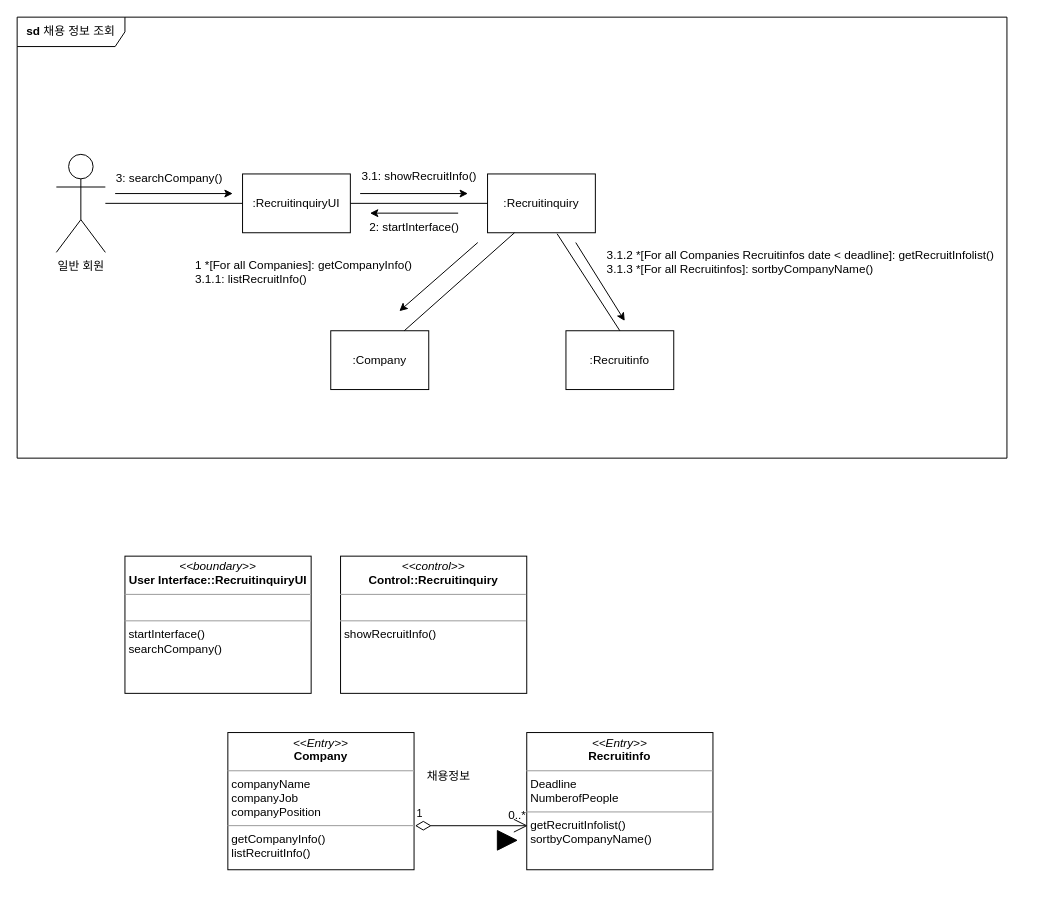
Above: Taemin/채용정보조회_Communication_Diagram_B811045김태민_과제2.drawio in KimTaemin-Git/SE2 (draw.io), before the change. Source tidied: cells renumbered, new cells numbered last; positions are measured from the earlier drawing's top-left corner, leaving out a move shared by most shapes. Both pictures are drawn from the tidied source at 98%, with x=0, y=0 at pixel (17, 17).
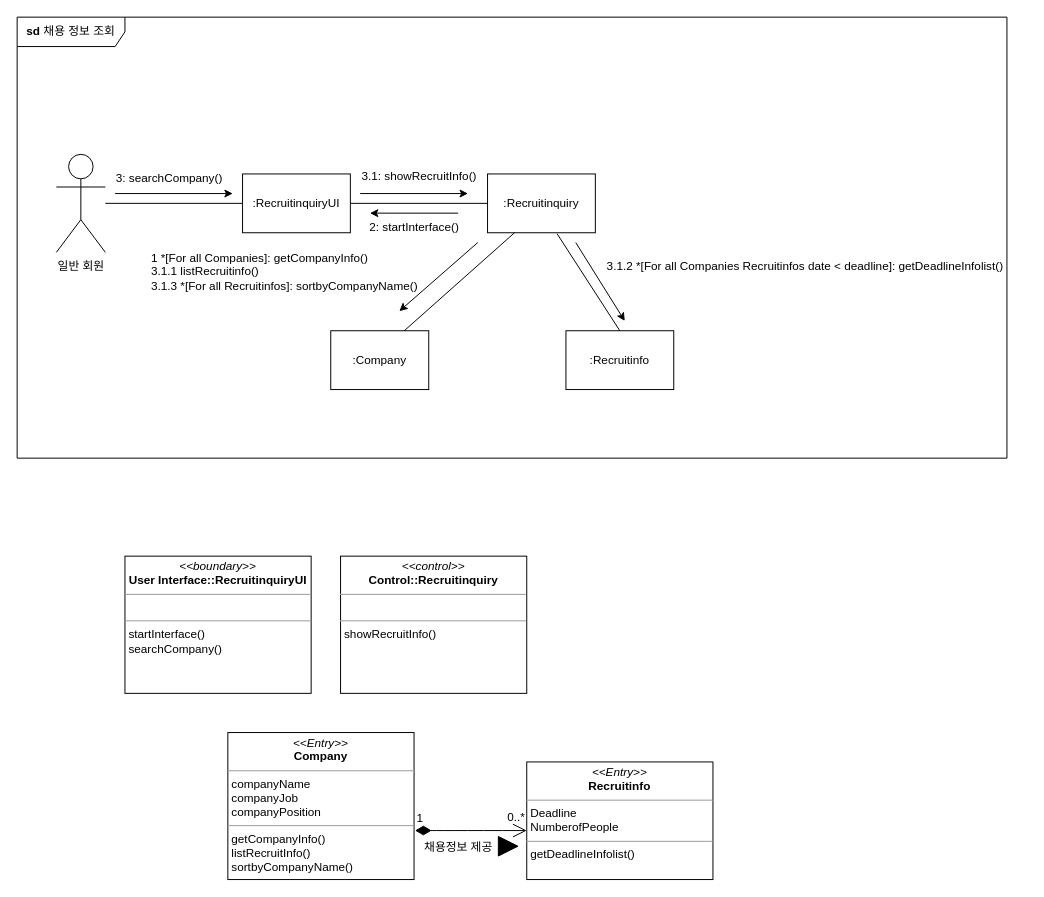
After the change.

What changed in the source:
```diff
@@
     <mxCell id="2" style="group;" parent="1" vertex="1">
-      <mxGeometry x="40" y="130" width="980" height="250" as="geometry" />
+      <mxGeometry x="40" y="130" width="990" height="250" as="geometry" />
     </mxCell>
@@
-    <mxCell id="11" value="1 *[For all Companies]: getCompanyInfo()&lt;br&gt;3.1.1: listRecruitInfo()" style="text;html=1;align=left;verticalAlign=middle;strokeColor=none;fillColor=none;" parent="2" vertex="1">
-      <mxGeometry x="140" y="110" width="240" height="40" as="geometry" />
+    <mxCell id="11" value="1 *[For all Companies]: getCompanyInfo()&lt;br&gt;3.1.1 listRecruitinfo()&lt;br&gt;3.1.3 *[For all Recruitinfos]: sortbyCompanyName()" style="text;html=1;align=left;verticalAlign=middle;strokeColor=none;fillColor=none;" parent="2" vertex="1">
+      <mxGeometry x="95" y="100" width="300" height="60" as="geometry" />
     </mxCell>
@@
-    <mxCell id="18" value="3.1.2 *[For all Companies Recruitinfos date &amp;lt; deadline]: getRecruitInfolist()&lt;br&gt;3.1.3 *[For all Recruitinfos]: sortbyCompanyName()" style="text;html=1;align=left;verticalAlign=middle;strokeColor=none;fillColor=none;" parent="2" vertex="1">
-      <mxGeometry x="560" y="100" width="420" height="40" as="geometry" />
+    <mxCell id="18" value="3.1.2 *[For all Companies Recruitinfos date &amp;lt; deadline]: getDeadlineInfolist()" style="text;html=1;align=left;verticalAlign=middle;strokeColor=none;fillColor=none;" parent="2" vertex="1">
+      <mxGeometry x="560" y="110" width="430" height="30" as="geometry" />
     </mxCell>
@@
-    <mxCell id="25" value="&lt;p style=&quot;margin:0px;margin-top:4px;text-align:center;&quot;&gt;&lt;i&gt;&amp;lt;&amp;lt;Entry&amp;gt;&amp;gt;&lt;/i&gt;&lt;br&gt;&lt;b&gt;Company&lt;/b&gt;&lt;/p&gt;&lt;hr size=&quot;1&quot;&gt;&lt;p style=&quot;margin:0px;margin-left:4px;&quot;&gt;companyName&lt;/p&gt;&lt;p style=&quot;margin:0px;margin-left:4px;&quot;&gt;companyJob&lt;/p&gt;&lt;p style=&quot;margin:0px;margin-left:4px;&quot;&gt;companyPosition&lt;/p&gt;&lt;hr size=&quot;1&quot;&gt;&lt;p style=&quot;margin:0px;margin-left:4px;&quot;&gt;getCompanyInfo()&lt;/p&gt;&lt;p style=&quot;margin:0px;margin-left:4px;&quot;&gt;listRecruitInfo()&lt;/p&gt;" style="verticalAlign=top;align=left;overflow=fill;fontSize=12;fontFamily=Helvetica;html=1;whiteSpace=wrap;" parent="1" vertex="1">
-      <mxGeometry x="215" y="730" width="190" height="140" as="geometry" />
+    <mxCell id="25" value="&lt;p style=&quot;margin:0px;margin-top:4px;text-align:center;&quot;&gt;&lt;i&gt;&amp;lt;&amp;lt;Entry&amp;gt;&amp;gt;&lt;/i&gt;&lt;br&gt;&lt;b&gt;Company&lt;/b&gt;&lt;/p&gt;&lt;hr size=&quot;1&quot;&gt;&lt;p style=&quot;margin:0px;margin-left:4px;&quot;&gt;companyName&lt;/p&gt;&lt;p style=&quot;margin:0px;margin-left:4px;&quot;&gt;companyJob&lt;/p&gt;&lt;p style=&quot;margin:0px;margin-left:4px;&quot;&gt;companyPosition&lt;/p&gt;&lt;hr size=&quot;1&quot;&gt;&lt;p style=&quot;margin:0px;margin-left:4px;&quot;&gt;getCompanyInfo()&lt;/p&gt;&lt;p style=&quot;margin:0px;margin-left:4px;&quot;&gt;listRecruitInfo()&lt;/p&gt;&lt;p style=&quot;margin:0px;margin-left:4px;&quot;&gt;sortbyCompanyName()&lt;/p&gt;" style="verticalAlign=top;align=left;overflow=fill;fontSize=12;fontFamily=Helvetica;html=1;whiteSpace=wrap;" parent="1" vertex="1">
+      <mxGeometry x="215" y="730" width="190" height="150" as="geometry" />
     </mxCell>
-    <mxCell id="26" value="&lt;p style=&quot;margin:0px;margin-top:4px;text-align:center;&quot;&gt;&lt;i&gt;&amp;lt;&amp;lt;Entry&amp;gt;&amp;gt;&lt;/i&gt;&lt;br&gt;&lt;b&gt;Recruitinfo&lt;/b&gt;&lt;/p&gt;&lt;hr size=&quot;1&quot;&gt;&lt;p style=&quot;margin:0px;margin-left:4px;&quot;&gt;Deadline&lt;/p&gt;&lt;p style=&quot;margin:0px;margin-left:4px;&quot;&gt;NumberofPeople&lt;/p&gt;&lt;hr size=&quot;1&quot;&gt;&lt;p style=&quot;margin:0px;margin-left:4px;&quot;&gt;getRecruitInfolist()&lt;/p&gt;&lt;p style=&quot;margin:0px;margin-left:4px;&quot;&gt;sortbyCompanyName()&lt;/p&gt;" style="verticalAlign=top;align=left;overflow=fill;fontSize=12;fontFamily=Helvetica;html=1;whiteSpace=wrap;" parent="1" vertex="1">
-      <mxGeometry x="520" y="730" width="190" height="140" as="geometry" />
+    <mxCell id="26" value="&lt;p style=&quot;margin:0px;margin-top:4px;text-align:center;&quot;&gt;&lt;i&gt;&amp;lt;&amp;lt;Entry&amp;gt;&amp;gt;&lt;/i&gt;&lt;br&gt;&lt;b&gt;Recruitinfo&lt;/b&gt;&lt;/p&gt;&lt;hr size=&quot;1&quot;&gt;&lt;p style=&quot;margin:0px;margin-left:4px;&quot;&gt;Deadline&lt;/p&gt;&lt;p style=&quot;margin:0px;margin-left:4px;&quot;&gt;NumberofPeople&lt;/p&gt;&lt;hr size=&quot;1&quot;&gt;&lt;p style=&quot;margin:0px;margin-left:4px;&quot;&gt;getDeadlineInfolist()&lt;/p&gt;" style="verticalAlign=top;align=left;overflow=fill;fontSize=12;fontFamily=Helvetica;html=1;whiteSpace=wrap;" parent="1" vertex="1">
+      <mxGeometry x="520" y="760" width="190" height="120" as="geometry" />
     </mxCell>
-    <mxCell id="27" value="채용정보" style="text;html=1;align=center;verticalAlign=middle;strokeColor=none;fillColor=none;" parent="1" vertex="1">
-      <mxGeometry x="405" y="760" width="70" height="30" as="geometry" />
+    <mxCell id="27" value="채용정보 제공" style="text;html=1;align=center;verticalAlign=middle;strokeColor=none;fillColor=none;" parent="1" vertex="1">
+      <mxGeometry x="400" y="832" width="100" height="30" as="geometry" />
     </mxCell>
     <mxCell id="28" style="shape=mxgraph.arrows2.wedgeArrow;html=1;startWidth=10;fillColor=strokeColor;defaultFillColor=invert;defaultGradientColor=invert;rounded=0;" parent="1" edge="1">
       <mxGeometry relative="1" as="geometry">
-        <mxPoint x="490" y="840" as="sourcePoint" />
-        <mxPoint x="510" y="840" as="targetPoint" />
+        <mxPoint x="491" y="846" as="sourcePoint" />
+        <mxPoint x="511" y="846" as="targetPoint" />
       </mxGeometry>
     </mxCell>
     <mxCell id="29" value="0..*" style="text;html=1;align=center;verticalAlign=middle;strokeColor=none;fillColor=none;" parent="1" vertex="1">
-      <mxGeometry x="490" y="800" width="40" height="30" as="geometry" />
+      <mxGeometry x="489" y="802" width="40" height="30" as="geometry" />
     </mxCell>
-    <mxCell id="30" value="1" style="endArrow=open;html=1;endSize=12;startArrow=diamondThin;startSize=14;startFill=0;edgeStyle=orthogonalEdgeStyle;align=left;verticalAlign=bottom;rounded=0;exitX=1.005;exitY=0.679;exitDx=0;exitDy=0;exitPerimeter=0;entryX=0.005;entryY=0.679;entryDx=0;entryDy=0;entryPerimeter=0;" parent="1" edge="1" source="25" target="26">
-      <mxGeometry x="-1" y="3" relative="1" as="geometry" />
+    <mxCell id="30" value="1" style="endArrow=open;html=1;endSize=12;startArrow=diamondThin;startSize=14;startFill=1;edgeStyle=orthogonalEdgeStyle;align=left;verticalAlign=bottom;rounded=0;fontSize=12;curved=1;" parent="1" edge="1">
+      <mxGeometry x="-1" y="3" relative="1" as="geometry">
+        <mxPoint x="406" y="830" as="sourcePoint" />
+        <mxPoint x="520" y="830" as="targetPoint" />
+      </mxGeometry>
     </mxCell>
```
